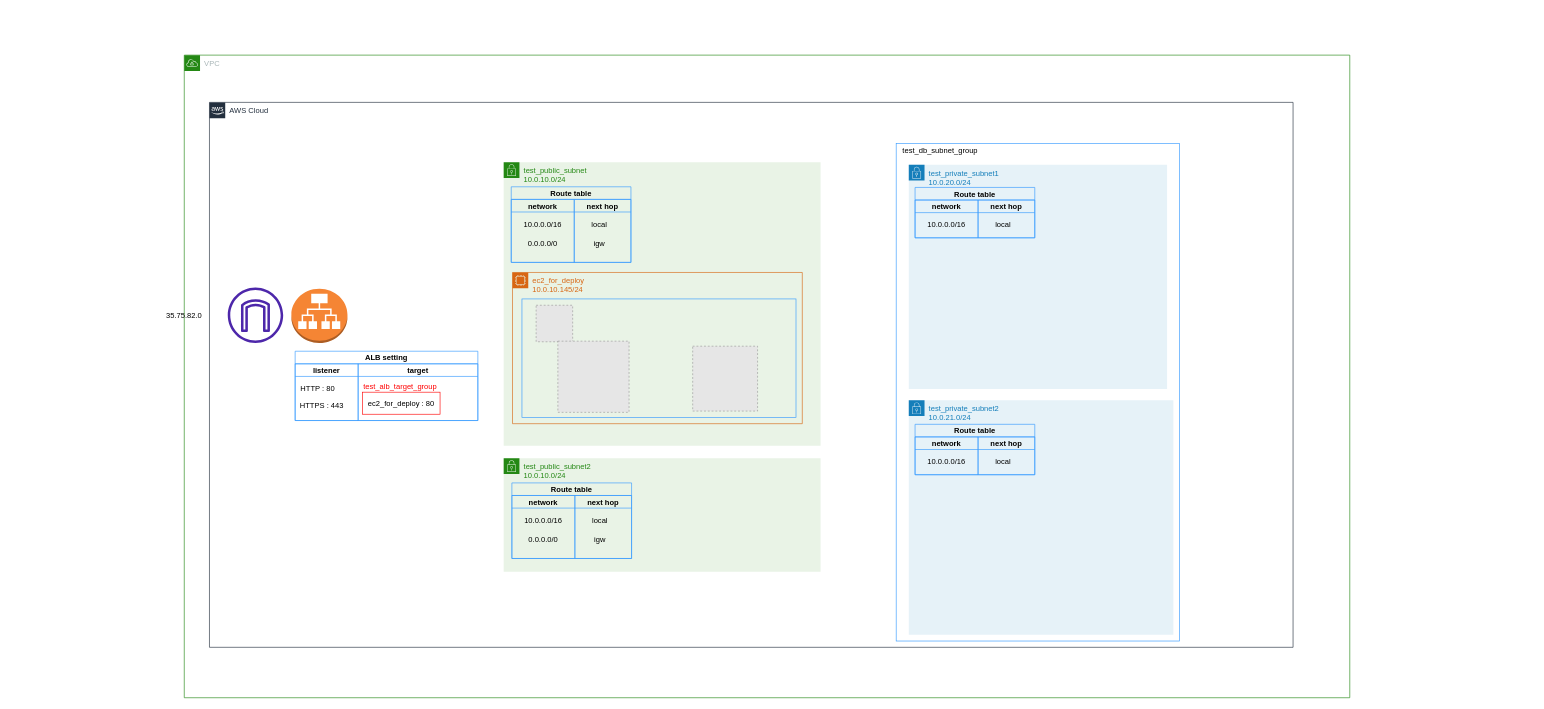
The draw.io diagram Untitled Diagram.drawio in junjun491/jcookpad, before the edit. Source tidied: cells renumbered, new cells numbered last; positions are measured from the earlier drawing's top-left corner, leaving out a move shared by most shapes. Both pictures are drawn from the tidied source at 63%, with x=0, y=0 at pixel (159, 55). Pictures stored in the file or linked from it are replaced by grey dashed boxes.
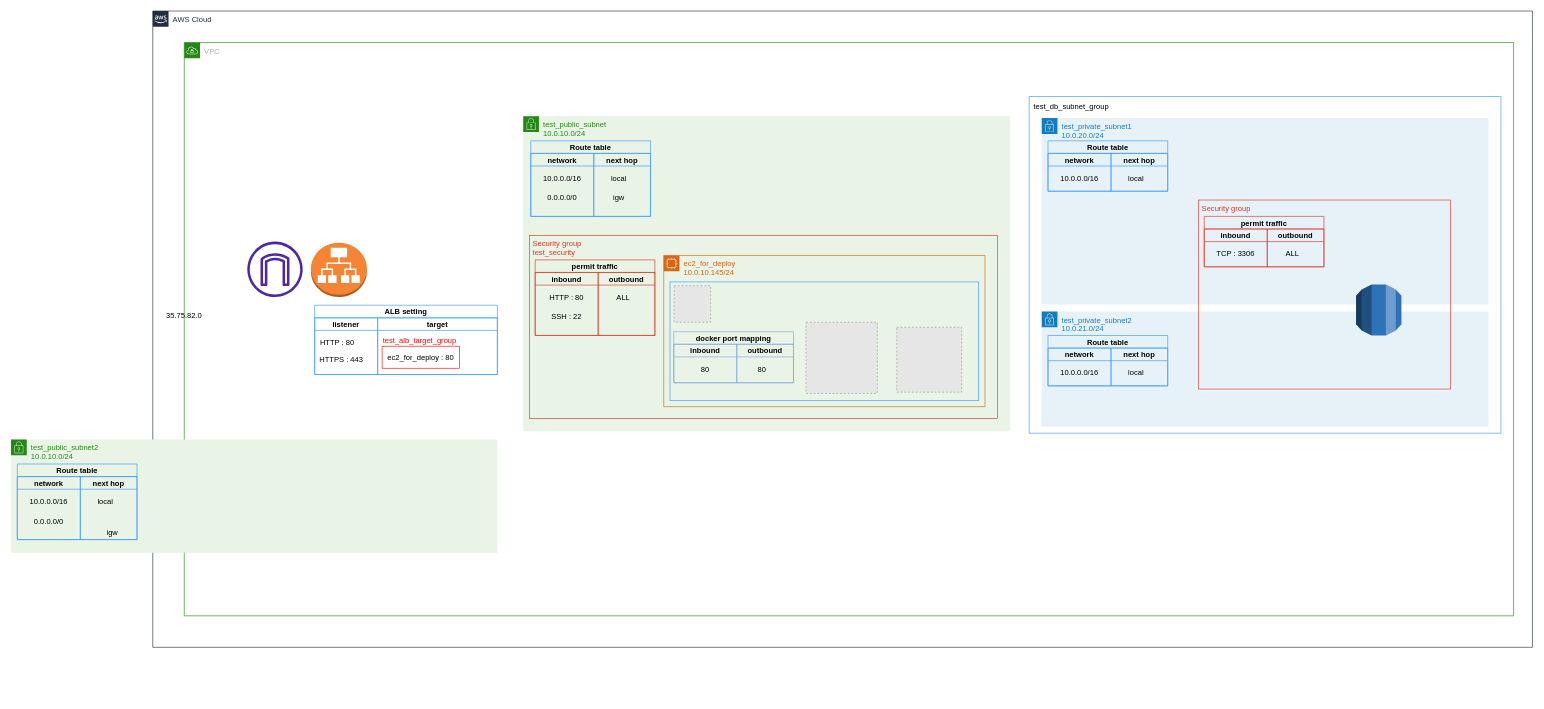
The same page after the edit.

The edit, as a diff of the source:
```diff
@@
+    <mxCell id="3" value="AWS Cloud" style="gradientColor=none;html=1;whiteSpace=wrap;fontSize=12;fontStyle=0;shape=mxgraph.aws4.group;grIcon=mxgraph.aws4.group_aws_cloud_alt;strokeColor=#232F3E;fillColor=none;verticalAlign=top;align=left;spacingLeft=30;fontColor=#232F3E;dashed=0;" parent="1" vertex="1">
+      <mxGeometry x="-10" y="-70" width="2190" height="1010" as="geometry" />
+    </mxCell>
     <mxCell id="2" value="VPC" style="gradientColor=none;html=1;whiteSpace=wrap;fontSize=12;fontStyle=0;shape=mxgraph.aws4.group;grIcon=mxgraph.aws4.group_vpc;strokeColor=#248814;fillColor=none;verticalAlign=top;align=left;spacingLeft=30;fontColor=#AAB7B8;dashed=0;" parent="1" vertex="1">
-      <mxGeometry x="40" width="1850" height="1020" as="geometry" />
+      <mxGeometry x="40" y="-20" width="2110" height="910" as="geometry" />
     </mxCell>
-    <mxCell id="3" value="AWS Cloud" style="gradientColor=none;html=1;whiteSpace=wrap;fontSize=12;fontStyle=0;shape=mxgraph.aws4.group;grIcon=mxgraph.aws4.group_aws_cloud_alt;strokeColor=#232F3E;fillColor=none;verticalAlign=top;align=left;spacingLeft=30;fontColor=#232F3E;dashed=0;" parent="1" vertex="1">
-      <mxGeometry x="80" y="75" width="1720" height="865" as="geometry" />
-    </mxCell>
     <mxCell id="4" value="test_private_subnet2&lt;br&gt;10.0.21.0/24" style="gradientColor=none;html=1;whiteSpace=wrap;fontSize=12;fontStyle=0;shape=mxgraph.aws4.group;grIcon=mxgraph.aws4.group_security_group;grStroke=0;strokeColor=#147EBA;fillColor=#E6F2F8;verticalAlign=top;align=left;spacingLeft=30;fontColor=#147EBA;dashed=0;labelBackgroundColor=none;" parent="1" vertex="1">
-      <mxGeometry x="1190" y="548" width="420" height="372" as="geometry" />
+      <mxGeometry x="1401" y="407" width="709" height="183" as="geometry" />
     </mxCell>
+    <mxCell id="22" value="test_private_subnet1&lt;br&gt;10.0.20.0/24" style="gradientColor=none;html=1;whiteSpace=wrap;fontSize=12;fontStyle=0;shape=mxgraph.aws4.group;grIcon=mxgraph.aws4.group_security_group;grStroke=0;strokeColor=#147EBA;fillColor=#E6F2F8;verticalAlign=top;align=left;spacingLeft=30;fontColor=#147EBA;dashed=0;labelBackgroundColor=none;" parent="1" vertex="1">
+      <mxGeometry x="1401" y="100" width="709" height="296" as="geometry" />
+    </mxCell>
+    <mxCell id="50" value=" Security group" style="fillColor=none;strokeColor=#DD3522;verticalAlign=top;fontStyle=0;fontColor=#DD3522;labelBackgroundColor=none;align=left;" parent="1" vertex="1">
+      <mxGeometry x="1650" y="230" width="400" height="300" as="geometry" />
+    </mxCell>
     <mxCell id="5" value="test_public_subnet&lt;br&gt;10.0.10.0/24" style="gradientColor=none;html=1;whiteSpace=wrap;fontSize=12;fontStyle=0;shape=mxgraph.aws4.group;grIcon=mxgraph.aws4.group_security_group;grStroke=0;strokeColor=#248814;fillColor=#E9F3E6;verticalAlign=top;align=left;spacingLeft=30;fontColor=#248814;dashed=0;" parent="1" vertex="1">
-      <mxGeometry x="547" y="170" width="503" height="450" as="geometry" />
+      <mxGeometry x="578" y="97" width="773" height="500" as="geometry" />
     </mxCell>
+    <mxCell id="51" value=" Security group&#10; test_security" style="fillColor=none;strokeColor=#DD3522;verticalAlign=top;fontStyle=0;fontColor=#DD3522;labelBackgroundColor=none;align=left;" parent="1" vertex="1">
+      <mxGeometry x="588" y="286" width="743" height="291" as="geometry" />
+    </mxCell>
     <mxCell id="6" value="ec2_for_deploy&lt;br&gt;10.0.10.145/24" style="gradientColor=none;html=1;whiteSpace=wrap;fontSize=12;fontStyle=0;shape=mxgraph.aws4.group;grIcon=mxgraph.aws4.group_ec2_instance_contents;strokeColor=#D86613;fillColor=none;verticalAlign=top;align=left;spacingLeft=30;fontColor=#D86613;dashed=0;" parent="1" vertex="1">
-      <mxGeometry x="561" y="345" width="460" height="240" as="geometry" />
+      <mxGeometry x="801" y="318" width="510" height="240" as="geometry" />
     </mxCell>
+    <mxCell id="9" style="rounded=0;whiteSpace=wrap;html=1;labelBackgroundColor=none;fillColor=none;strokeColor=#3399FF;" parent="1" vertex="1">
+      <mxGeometry x="811" y="360" width="490" height="188" as="geometry" />
+    </mxCell>
+    <mxCell id="40" style="rounded=0;whiteSpace=wrap;html=1;labelBackgroundColor=none;strokeColor=#3399FF;fillColor=none;" parent="1" vertex="1">
+      <mxGeometry x="1381" y="66" width="749" height="534" as="geometry" />
+    </mxCell>
@@
     <mxCell id="8" style="fillColor=#E6E6E6;strokeColor=#999999;dashed=1;verticalLabelPosition=bottom;labelBackgroundColor=#ffffff;verticalAlign=top;" parent="1" vertex="1">
-      <mxGeometry x="598.5" y="397" width="58" height="58" as="geometry" />
+      <mxGeometry x="817.5" y="366" width="58" height="58" as="geometry" />
     </mxCell>
-    <mxCell id="9" style="rounded=0;whiteSpace=wrap;html=1;labelBackgroundColor=none;fillColor=none;strokeColor=#3399FF;" parent="1" vertex="1">
-      <mxGeometry x="576" y="387" width="435" height="188" as="geometry" />
-    </mxCell>
     <mxCell id="10" style="fillColor=#E6E6E6;strokeColor=#999999;dashed=1;verticalLabelPosition=bottom;labelBackgroundColor=#ffffff;verticalAlign=top;" parent="1" vertex="1">
-      <mxGeometry x="847" y="462" width="103" height="103" as="geometry" />
+      <mxGeometry x="1171" y="432" width="103" height="103" as="geometry" />
     </mxCell>
     <mxCell id="11" style="fillColor=#E6E6E6;strokeColor=#999999;dashed=1;verticalLabelPosition=bottom;labelBackgroundColor=#ffffff;verticalAlign=top;" parent="1" vertex="1">
-      <mxGeometry x="633" y="454" width="113" height="113" as="geometry" />
+      <mxGeometry x="1027" y="424" width="113" height="113" as="geometry" />
     </mxCell>
     <mxCell id="12" style="dashed=0;verticalLabelPosition=bottom;verticalAlign=top;align=center;html=1;shape=mxgraph.aws3.application_load_balancer;fillColor=#F58534;gradientColor=none;labelBackgroundColor=none;strokeColor=#3399FF;" parent="1" vertex="1">
-      <mxGeometry x="210" y="371" width="89" height="86" as="geometry" />
+      <mxGeometry x="241" y="298" width="89" height="86" as="geometry" />
     </mxCell>
     <mxCell id="13" style="sketch=0;fontColor=#232F3E;gradientColor=none;fillColor=#4D27AA;strokeColor=none;dashed=0;verticalLabelPosition=bottom;verticalAlign=top;align=center;html=1;fontSize=12;fontStyle=0;shape=mxgraph.aws4.internet_gateway;" parent="1" vertex="1">
-      <mxGeometry x="109" y="369" width="88" height="88" as="geometry" />
+      <mxGeometry x="140" y="296" width="88" height="88" as="geometry" />
     </mxCell>
     <mxCell id="14" value="test_public_subnet2&lt;br&gt;10.0.10.0/24" style="gradientColor=none;html=1;whiteSpace=wrap;fontSize=12;fontStyle=0;shape=mxgraph.aws4.group;grIcon=mxgraph.aws4.group_security_group;grStroke=0;strokeColor=#248814;fillColor=#E9F3E6;verticalAlign=top;align=left;spacingLeft=30;fontColor=#248814;dashed=0;labelBackgroundColor=none;" parent="1" vertex="1">
-      <mxGeometry x="547" y="640" width="503" height="180" as="geometry" />
+      <mxGeometry x="-235" y="610" width="772" height="180" as="geometry" />
     </mxCell>
     <mxCell id="15" value="Route table" style="swimlane;startSize=20;labelBackgroundColor=none;strokeColor=#3399FF;fillColor=none;" parent="1" vertex="1">
-      <mxGeometry x="559" y="209" width="190" height="120" as="geometry" />
+      <mxGeometry x="590" y="136" width="190" height="120" as="geometry" />
     </mxCell>
@@
     <mxCell id="20" value="0.0.0.0/0" style="text;html=1;strokeColor=none;fillColor=none;align=center;verticalAlign=middle;whiteSpace=wrap;rounded=0;labelBackgroundColor=none;" parent="1" vertex="1">
-      <mxGeometry x="579" y="285" width="60" height="30" as="geometry" />
+      <mxGeometry x="610" y="212" width="60" height="30" as="geometry" />
     </mxCell>
     <mxCell id="21" value="igw" style="text;html=1;strokeColor=none;fillColor=none;align=center;verticalAlign=middle;whiteSpace=wrap;rounded=0;labelBackgroundColor=none;" parent="1" vertex="1">
-      <mxGeometry x="669" y="285" width="60" height="30" as="geometry" />
+      <mxGeometry x="700" y="212" width="60" height="30" as="geometry" />
     </mxCell>
-    <mxCell id="22" value="test_private_subnet1&lt;br&gt;10.0.20.0/24" style="gradientColor=none;html=1;whiteSpace=wrap;fontSize=12;fontStyle=0;shape=mxgraph.aws4.group;grIcon=mxgraph.aws4.group_security_group;grStroke=0;strokeColor=#147EBA;fillColor=#E6F2F8;verticalAlign=top;align=left;spacingLeft=30;fontColor=#147EBA;dashed=0;labelBackgroundColor=none;" parent="1" vertex="1">
-      <mxGeometry x="1190" y="174" width="410" height="356" as="geometry" />
-    </mxCell>
     <mxCell id="23" value="Route table" style="swimlane;startSize=20;labelBackgroundColor=none;strokeColor=#3399FF;fillColor=none;" parent="1" vertex="1">
-      <mxGeometry x="1200" y="586" width="190" height="80" as="geometry" />
+      <mxGeometry x="1411" y="445" width="190" height="80" as="geometry" />
     </mxCell>
@@
     <mxCell id="28" value="Route table" style="swimlane;startSize=20;labelBackgroundColor=none;strokeColor=#3399FF;fillColor=none;" parent="1" vertex="1">
-      <mxGeometry x="1200" y="210" width="190" height="80" as="geometry" />
+      <mxGeometry x="1411" y="136" width="190" height="80" as="geometry" />
     </mxCell>
@@
     <mxCell id="33" value="Route table" style="swimlane;startSize=20;labelBackgroundColor=none;strokeColor=#3399FF;fillColor=none;" parent="1" vertex="1">
-      <mxGeometry x="560" y="679" width="190" height="120" as="geometry" />
+      <mxGeometry x="-225" y="649" width="190" height="120" as="geometry" />
     </mxCell>
@@
     <mxCell id="38" value="0.0.0.0/0" style="text;html=1;strokeColor=none;fillColor=none;align=center;verticalAlign=middle;whiteSpace=wrap;rounded=0;labelBackgroundColor=none;" parent="1" vertex="1">
-      <mxGeometry x="580" y="755" width="60" height="30" as="geometry" />
+      <mxGeometry x="-205" y="725" width="60" height="30" as="geometry" />
     </mxCell>
     <mxCell id="39" value="igw" style="text;html=1;strokeColor=none;fillColor=none;align=center;verticalAlign=middle;whiteSpace=wrap;rounded=0;labelBackgroundColor=none;" parent="1" vertex="1">
-      <mxGeometry x="670" y="754" width="60" height="30" as="geometry" />
+      <mxGeometry x="-104" y="743" width="60" height="30" as="geometry" />
     </mxCell>
-    <mxCell id="40" style="rounded=0;whiteSpace=wrap;html=1;labelBackgroundColor=none;strokeColor=#3399FF;fillColor=none;" parent="1" vertex="1">
-      <mxGeometry x="1170" y="140" width="450" height="790" as="geometry" />
-    </mxCell>
     <mxCell id="41" value="test_db_subnet_group" style="text;html=1;strokeColor=none;fillColor=none;align=center;verticalAlign=middle;whiteSpace=wrap;rounded=0;" parent="1" vertex="1">
-      <mxGeometry x="1170" y="130" width="140" height="44" as="geometry" />
+      <mxGeometry x="1378" y="60" width="140" height="44" as="geometry" />
     </mxCell>
     <mxCell id="42" value="ALB setting" style="swimlane;startSize=20;labelBackgroundColor=none;strokeColor=#3399FF;fillColor=none;" parent="1" vertex="1">
-      <mxGeometry x="216" y="470" width="290" height="110" as="geometry" />
+      <mxGeometry x="247" y="397" width="290" height="110" as="geometry" />
     </mxCell>
@@
     <mxCell id="48" value="&lt;font color=&quot;#ff0000&quot;&gt;test_alb_target_group&amp;nbsp;&lt;/font&gt;" style="text;html=1;strokeColor=none;fillColor=none;align=center;verticalAlign=middle;whiteSpace=wrap;rounded=0;labelBackgroundColor=none;" parent="1" vertex="1">
-      <mxGeometry x="323" y="511" width="123" height="30" as="geometry" />
+      <mxGeometry x="354" y="438" width="123" height="30" as="geometry" />
     </mxCell>
     <mxCell id="49" value="HTTPS : 443" style="text;html=1;strokeColor=none;fillColor=none;align=center;verticalAlign=middle;whiteSpace=wrap;rounded=0;labelBackgroundColor=none;" parent="1" vertex="1">
-      <mxGeometry x="220" y="541" width="77" height="30" as="geometry" />
+      <mxGeometry x="251" y="468" width="77" height="30" as="geometry" />
     </mxCell>
+    <mxCell id="52" style="dashed=0;verticalLabelPosition=bottom;verticalAlign=top;align=center;html=1;shape=mxgraph.aws3.rds;fillColor=#2E73B8;gradientColor=none;labelBackgroundColor=none;fontColor=#FF0000;strokeColor=#FF0000;" parent="1" vertex="1">
+      <mxGeometry x="1900" y="364" width="72" height="81" as="geometry" />
+    </mxCell>
+    <mxCell id="53" value="permit traffic" style="swimlane;startSize=20;labelBackgroundColor=none;strokeColor=#DD3522;fillColor=none;" parent="1" vertex="1">
+      <mxGeometry x="597" y="325" width="190" height="120" as="geometry" />
+    </mxCell>
+    <mxCell id="54" value="inbound" style="swimlane;startSize=20;labelBackgroundColor=none;strokeColor=#DD3522;fillColor=none;" parent="53" vertex="1">
+      <mxGeometry y="20" width="100" height="100" as="geometry" />
+    </mxCell>
+    <mxCell id="55" value="HTTP : 80" style="text;html=1;strokeColor=none;fillColor=none;align=center;verticalAlign=middle;whiteSpace=wrap;rounded=0;labelBackgroundColor=none;" parent="54" vertex="1">
+      <mxGeometry x="20" y="25" width="60" height="30" as="geometry" />
+    </mxCell>
+    <mxCell id="56" value="outbound" style="swimlane;startSize=20;labelBackgroundColor=none;strokeColor=#DD3522;fillColor=none;" parent="53" vertex="1">
+      <mxGeometry x="100" y="20" width="90" height="100" as="geometry" />
+    </mxCell>
+    <mxCell id="57" value="ALL" style="text;html=1;strokeColor=none;fillColor=none;align=center;verticalAlign=middle;whiteSpace=wrap;rounded=0;labelBackgroundColor=none;" parent="56" vertex="1">
+      <mxGeometry x="10" y="25" width="60" height="30" as="geometry" />
+    </mxCell>
+    <mxCell id="58" value="SSH : 22" style="text;html=1;strokeColor=none;fillColor=none;align=center;verticalAlign=middle;whiteSpace=wrap;rounded=0;labelBackgroundColor=none;" parent="1" vertex="1">
+      <mxGeometry x="617" y="401" width="60" height="30" as="geometry" />
+    </mxCell>
+    <mxCell id="59" value="docker port mapping" style="swimlane;startSize=20;labelBackgroundColor=none;strokeColor=#7EA6E0;fillColor=none;" parent="1" vertex="1">
+      <mxGeometry x="817" y="439" width="190" height="81" as="geometry" />
+    </mxCell>
+    <mxCell id="60" value="inbound" style="swimlane;startSize=20;labelBackgroundColor=none;strokeColor=#7EA6E0;fillColor=none;" parent="59" vertex="1">
+      <mxGeometry y="20" width="100" height="61" as="geometry" />
+    </mxCell>
+    <mxCell id="61" value="80" style="text;html=1;strokeColor=none;fillColor=none;align=center;verticalAlign=middle;whiteSpace=wrap;rounded=0;labelBackgroundColor=none;" parent="60" vertex="1">
+      <mxGeometry x="20" y="25" width="60" height="30" as="geometry" />
+    </mxCell>
+    <mxCell id="62" value="outbound" style="swimlane;startSize=20;labelBackgroundColor=none;strokeColor=#7EA6E0;fillColor=none;" parent="59" vertex="1">
+      <mxGeometry x="100" y="20" width="90" height="61" as="geometry" />
+    </mxCell>
+    <mxCell id="63" value="80" style="text;html=1;strokeColor=none;fillColor=none;align=center;verticalAlign=middle;whiteSpace=wrap;rounded=0;labelBackgroundColor=none;" parent="62" vertex="1">
+      <mxGeometry x="10" y="25" width="60" height="30" as="geometry" />
+    </mxCell>
+    <mxCell id="64" value="permit traffic" style="swimlane;startSize=20;labelBackgroundColor=none;strokeColor=#DD3522;fillColor=none;" parent="1" vertex="1">
+      <mxGeometry x="1659" y="256" width="190" height="80" as="geometry" />
+    </mxCell>
+    <mxCell id="65" value="inbound" style="swimlane;startSize=20;labelBackgroundColor=none;strokeColor=#DD3522;fillColor=none;" parent="64" vertex="1">
+      <mxGeometry y="20" width="100" height="60" as="geometry" />
+    </mxCell>
+    <mxCell id="66" value="TCP : 3306" style="text;html=1;strokeColor=none;fillColor=none;align=center;verticalAlign=middle;whiteSpace=wrap;rounded=0;labelBackgroundColor=none;" parent="65" vertex="1">
+      <mxGeometry x="10" y="25" width="80" height="30" as="geometry" />
+    </mxCell>
+    <mxCell id="67" value="outbound" style="swimlane;startSize=20;labelBackgroundColor=none;strokeColor=#DD3522;fillColor=none;" parent="64" vertex="1">
+      <mxGeometry x="100" y="20" width="90" height="60" as="geometry" />
+    </mxCell>
+    <mxCell id="68" value="ALL" style="text;html=1;strokeColor=none;fillColor=none;align=center;verticalAlign=middle;whiteSpace=wrap;rounded=0;labelBackgroundColor=none;" parent="67" vertex="1">
+      <mxGeometry x="10" y="25" width="60" height="30" as="geometry" />
+    </mxCell>
```
